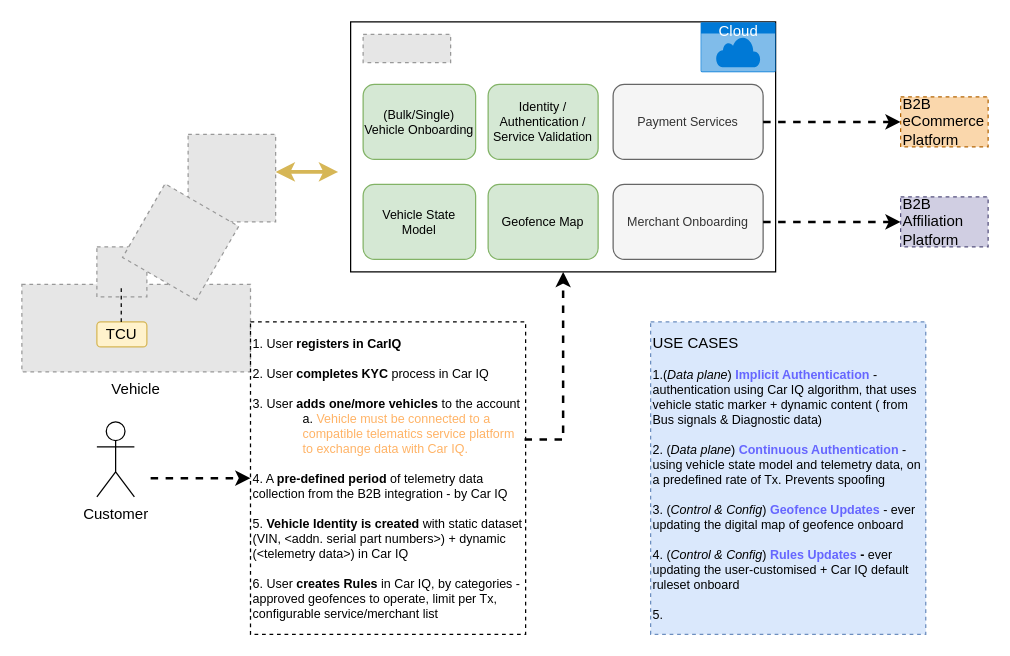
Earlier version of the draw.io diagram src/main/resources/Untitled Diagram.drawio (subhachat/CodeKata). Source tidied: cells renumbered, new cells numbered last; positions are measured from the earlier drawing's top-left corner, leaving out a move shared by most shapes. Both pictures are drawn from the tidied source at 125%, with x=0, y=0 at pixel (21, 21). Pictures stored in the file or linked from it are replaced by grey dashed boxes.
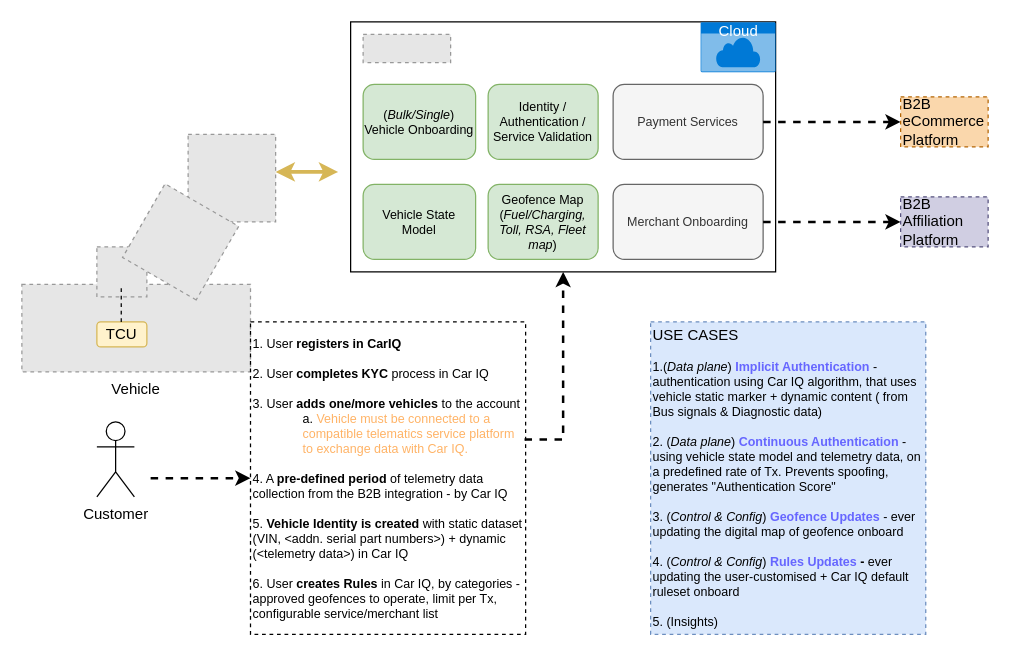
The same page after the edit.

What changed in the source:
```diff
@@
-    <mxCell id="13" value="&lt;div&gt;Geofence Map&lt;/div&gt;" style="rounded=1;whiteSpace=wrap;html=1;fontSize=10;fillColor=#d5e8d4;strokeColor=#82b366;" parent="1" vertex="1">
+    <mxCell id="13" value="&lt;div&gt;Geofence Map (&lt;i&gt;Fuel/Charging, Toll, RSA, Fleet map&lt;/i&gt;)&lt;/div&gt;" style="rounded=1;whiteSpace=wrap;html=1;fontSize=10;fillColor=#d5e8d4;strokeColor=#82b366;" parent="1" vertex="1">
       <mxGeometry x="373" y="130" width="88" height="60" as="geometry" />
     </mxCell>
@@
-    <mxCell id="16" value="&lt;div&gt;(Bulk/Single) Vehicle Onboarding&lt;/div&gt;" style="rounded=1;whiteSpace=wrap;html=1;fontSize=10;fillColor=#d5e8d4;strokeColor=#82b366;" parent="1" vertex="1">
+    <mxCell id="16" value="&lt;div&gt;(&lt;i&gt;Bulk/Single&lt;/i&gt;) Vehicle Onboarding&lt;/div&gt;" style="rounded=1;whiteSpace=wrap;html=1;fontSize=10;fillColor=#d5e8d4;strokeColor=#82b366;" parent="1" vertex="1">
       <mxGeometry x="273" y="50" width="90" height="60" as="geometry" />
     </mxCell>
@@
-    <mxCell id="21" value="&lt;font style=&quot;font-size: 12px&quot;&gt;USE CASES&lt;/font&gt;&lt;br&gt;&lt;br&gt;1.(&lt;i&gt;Data plane&lt;/i&gt;)&amp;nbsp;&lt;b&gt;&lt;font color=&quot;#6666ff&quot;&gt;Implicit Authentication&lt;/font&gt;&lt;/b&gt; - authentication using Car IQ algorithm, that uses vehicle static marker + dynamic content ( from Bus signals &amp;amp; Diagnostic data)&lt;br&gt;&lt;br&gt;2. (&lt;i&gt;Data plane&lt;/i&gt;)&amp;nbsp;&lt;font color=&quot;#6666ff&quot;&gt;&lt;b&gt;Continuous Authentication&lt;/b&gt;&lt;/font&gt; - using vehicle state model and telemetry data, on a predefined rate of Tx. Prevents spoofing&lt;br&gt;&lt;br&gt;3. (&lt;i&gt;Control &amp;amp; Config&lt;/i&gt;) &lt;b&gt;&lt;font color=&quot;#6666ff&quot;&gt;Geofence Updates&lt;/font&gt;&lt;/b&gt; - ever updating the digital map of geofence onboard&lt;br&gt;&lt;br&gt;4. (&lt;i&gt;Control &amp;amp; Config&lt;/i&gt;) &lt;b&gt;&lt;font color=&quot;#6666ff&quot;&gt;Rules Updates&lt;/font&gt; -&amp;nbsp;&lt;/b&gt;ever updating the user-customised + Car IQ default ruleset onboard&lt;br&gt;&lt;br&gt;5.&amp;nbsp;" style="text;html=1;strokeColor=#6c8ebf;fillColor=#dae8fc;align=left;verticalAlign=middle;whiteSpace=wrap;rounded=0;fontSize=10;dashed=1;" parent="1" vertex="1">
+    <mxCell id="21" value="&lt;font style=&quot;font-size: 12px&quot;&gt;USE CASES&lt;/font&gt;&lt;br&gt;&lt;br&gt;1.(&lt;i&gt;Data plane&lt;/i&gt;)&amp;nbsp;&lt;b&gt;&lt;font color=&quot;#6666ff&quot;&gt;Implicit Authentication&lt;/font&gt;&lt;/b&gt; - authentication using Car IQ algorithm, that uses vehicle static marker + dynamic content ( from Bus signals &amp;amp; Diagnostic data)&lt;br&gt;&lt;br&gt;2. (&lt;i&gt;Data plane&lt;/i&gt;)&amp;nbsp;&lt;font color=&quot;#6666ff&quot;&gt;&lt;b&gt;Continuous Authentication&lt;/b&gt;&lt;/font&gt; - using vehicle state model and telemetry data, on a predefined rate of Tx. Prevents spoofing, generates &quot;Authentication Score&quot;&lt;br&gt;&lt;br&gt;3. (&lt;i&gt;Control &amp;amp; Config&lt;/i&gt;) &lt;b&gt;&lt;font color=&quot;#6666ff&quot;&gt;Geofence Updates&lt;/font&gt;&lt;/b&gt; - ever updating the digital map of geofence onboard&lt;br&gt;&lt;br&gt;4. (&lt;i&gt;Control &amp;amp; Config&lt;/i&gt;) &lt;b&gt;&lt;font color=&quot;#6666ff&quot;&gt;Rules Updates&lt;/font&gt; -&amp;nbsp;&lt;/b&gt;ever updating the user-customised + Car IQ default ruleset onboard&lt;br&gt;&lt;br&gt;5. (Insights)" style="text;html=1;strokeColor=#6c8ebf;fillColor=#dae8fc;align=left;verticalAlign=middle;whiteSpace=wrap;rounded=0;fontSize=10;dashed=1;" parent="1" vertex="1">
       <mxGeometry x="503" y="240" width="220.1" height="250" as="geometry" />
     </mxCell>
```
